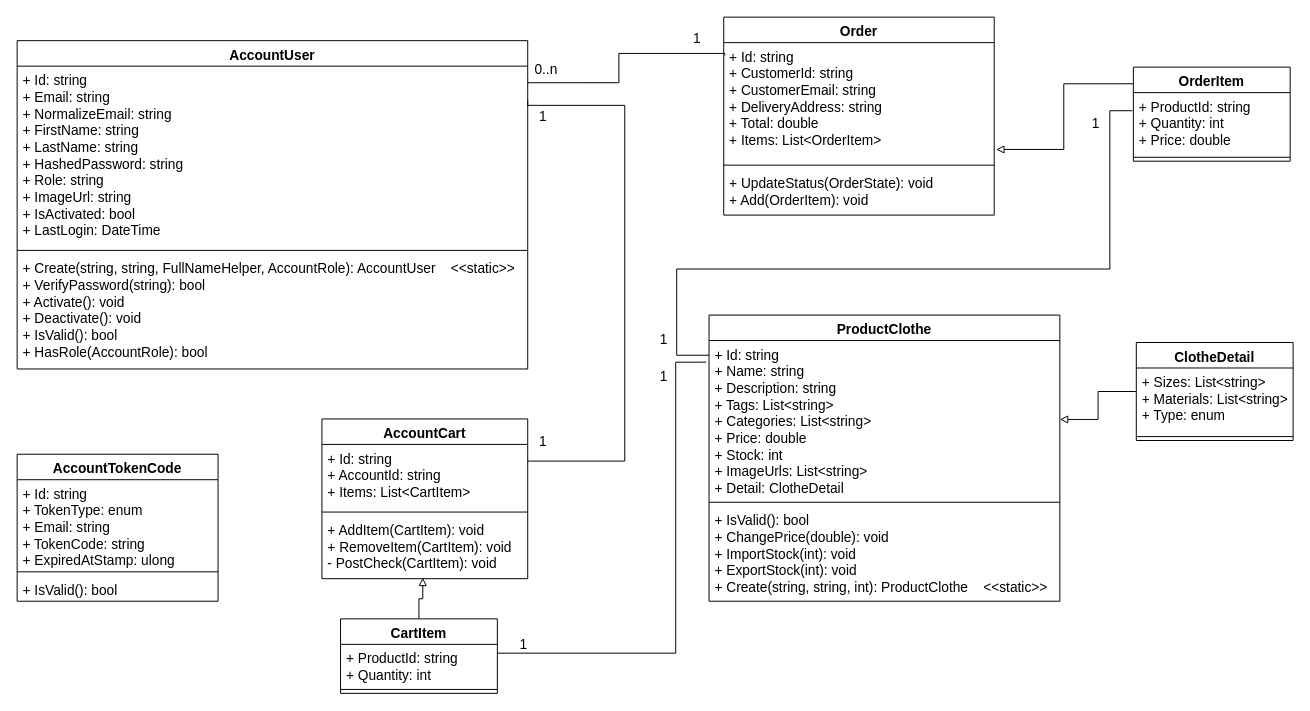
Earlier version of the draw.io diagram page "class-diagram" (2 of 2) of usecase.drawio (shifuvn/diagram). Source tidied: cells renumbered, new cells numbered last; positions are measured from the earlier drawing's top-left corner, leaving out a move shared by most shapes. Both pictures are drawn from the tidied source at 98%, with x=0, y=0 at pixel (17, 17).
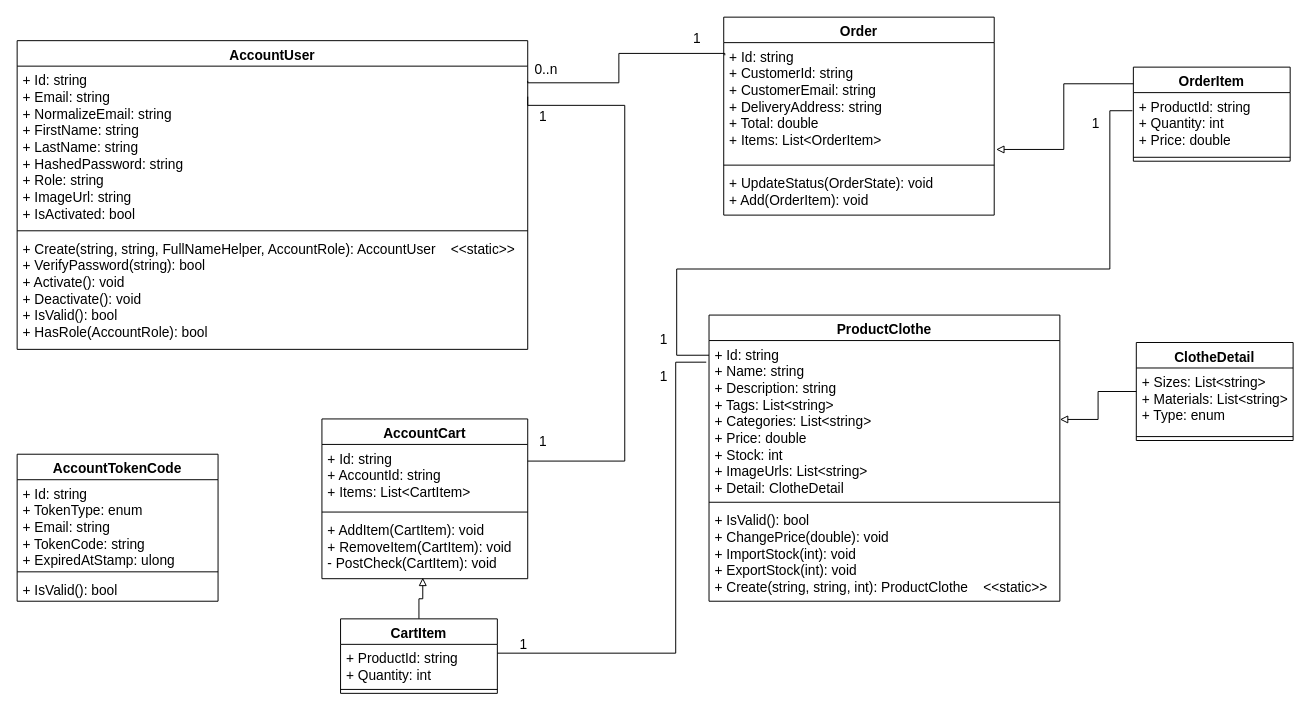
The same page after the edit.

What changed in the source:
```diff
@@
     <mxCell id="2" value="AccountUser" style="swimlane;fontStyle=1;align=center;verticalAlign=top;horizontal=1;startSize=26;fontSize=14;" parent="1" vertex="1">
-      <mxGeometry y="24" width="521" height="335" as="geometry" />
+      <mxGeometry y="24" width="521" height="315" as="geometry" />
     </mxCell>
-    <mxCell id="3" value="+ Id: string&#10;+ Email: string&#10;+ NormalizeEmail: string&#10;+ FirstName: string&#10;+ LastName: string&#10;+ HashedPassword: string&#10;+ Role: string&#10;+ ImageUrl: string&#10;+ IsActivated: bool&#10;+ LastLogin: DateTime&#10;" style="text;strokeColor=none;fillColor=none;align=left;verticalAlign=top;spacingLeft=4;spacingRight=4;overflow=hidden;points=[[0,0.5],[1,0.5]];portConstraint=eastwest;fontSize=14;" parent="2" vertex="1">
-      <mxGeometry y="26" width="521" height="184" as="geometry" />
+    <mxCell id="3" value="+ Id: string&#10;+ Email: string&#10;+ NormalizeEmail: string&#10;+ FirstName: string&#10;+ LastName: string&#10;+ HashedPassword: string&#10;+ Role: string&#10;+ ImageUrl: string&#10;+ IsActivated: bool&#10;" style="text;strokeColor=none;fillColor=none;align=left;verticalAlign=top;spacingLeft=4;spacingRight=4;overflow=hidden;points=[[0,0.5],[1,0.5]];portConstraint=eastwest;fontSize=14;" parent="2" vertex="1">
+      <mxGeometry y="26" width="521" height="164" as="geometry" />
     </mxCell>
     <mxCell id="4" style="line;strokeWidth=1;fillColor=none;align=left;verticalAlign=middle;spacingTop=-1;spacingLeft=3;spacingRight=3;labelPosition=right;strokeColor=inherit;" parent="2" vertex="1">
-      <mxGeometry y="210" width="521" height="8" as="geometry" />
+      <mxGeometry y="190" width="521" height="8" as="geometry" />
     </mxCell>
     <mxCell id="5" value="+ Create(string, string, FullNameHelper, AccountRole): AccountUser    &lt;&lt;static&gt;&gt;&#10;+ VerifyPassword(string): bool&#10;+ Activate(): void&#10;+ Deactivate(): void&#10;+ IsValid(): bool&#10;+ HasRole(AccountRole): bool" style="text;strokeColor=none;fillColor=none;align=left;verticalAlign=top;spacingLeft=4;spacingRight=4;overflow=hidden;fontSize=14;fontStyle=0;" parent="2" vertex="1">
-      <mxGeometry y="218" width="521" height="117" as="geometry" />
+      <mxGeometry y="198" width="521" height="117" as="geometry" />
     </mxCell>
```
